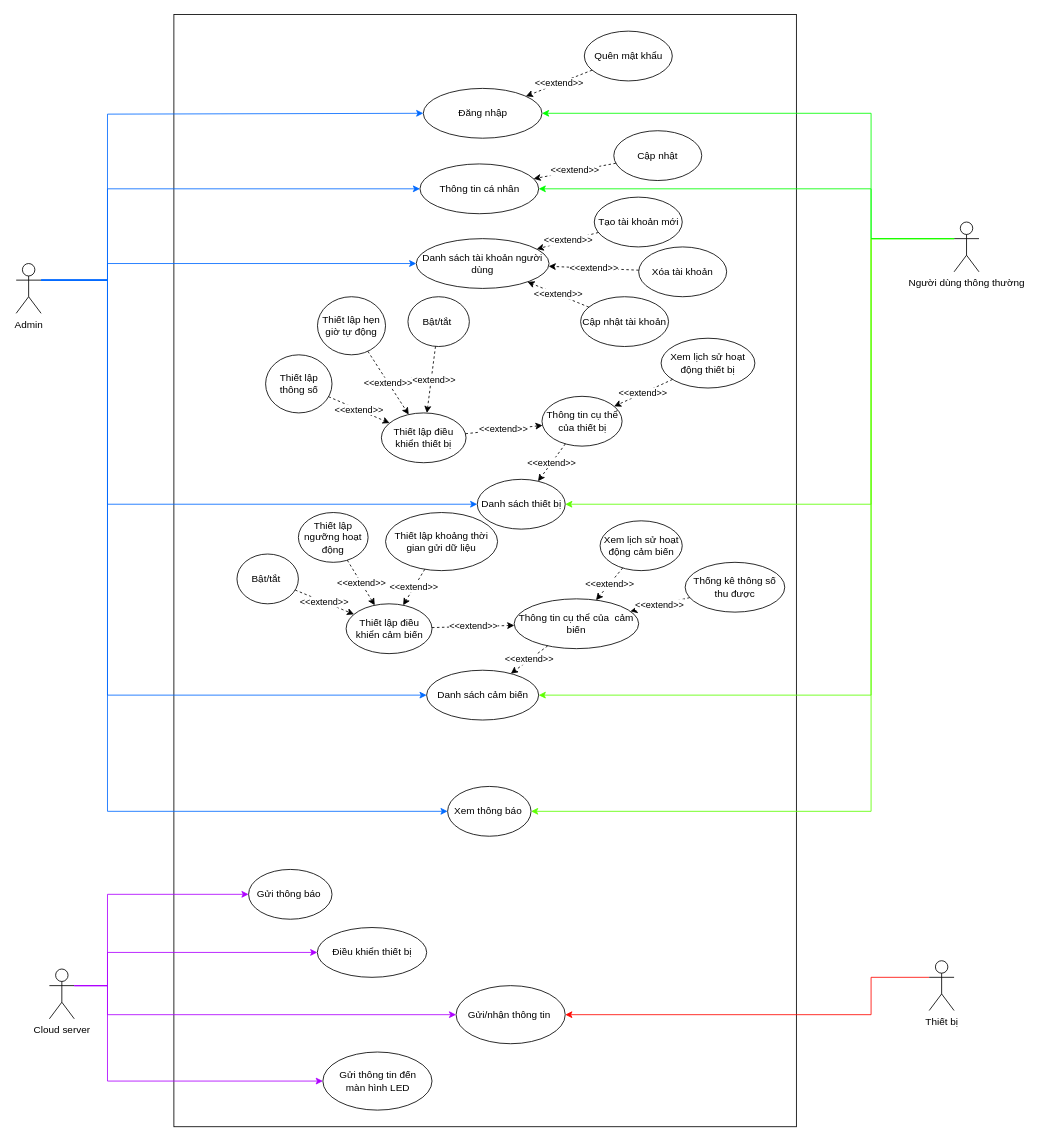
The draw.io diagram Week 2/Use case diagram.drawio in astr0tas/Smart-Home-CNPM, before the edit. Source tidied: cells renumbered, new cells numbered last; positions are measured from the earlier drawing's top-left corner, leaving out a move shared by most shapes. Both pictures are drawn from the tidied source at 83%, with x=0, y=0 at pixel (16, 14).
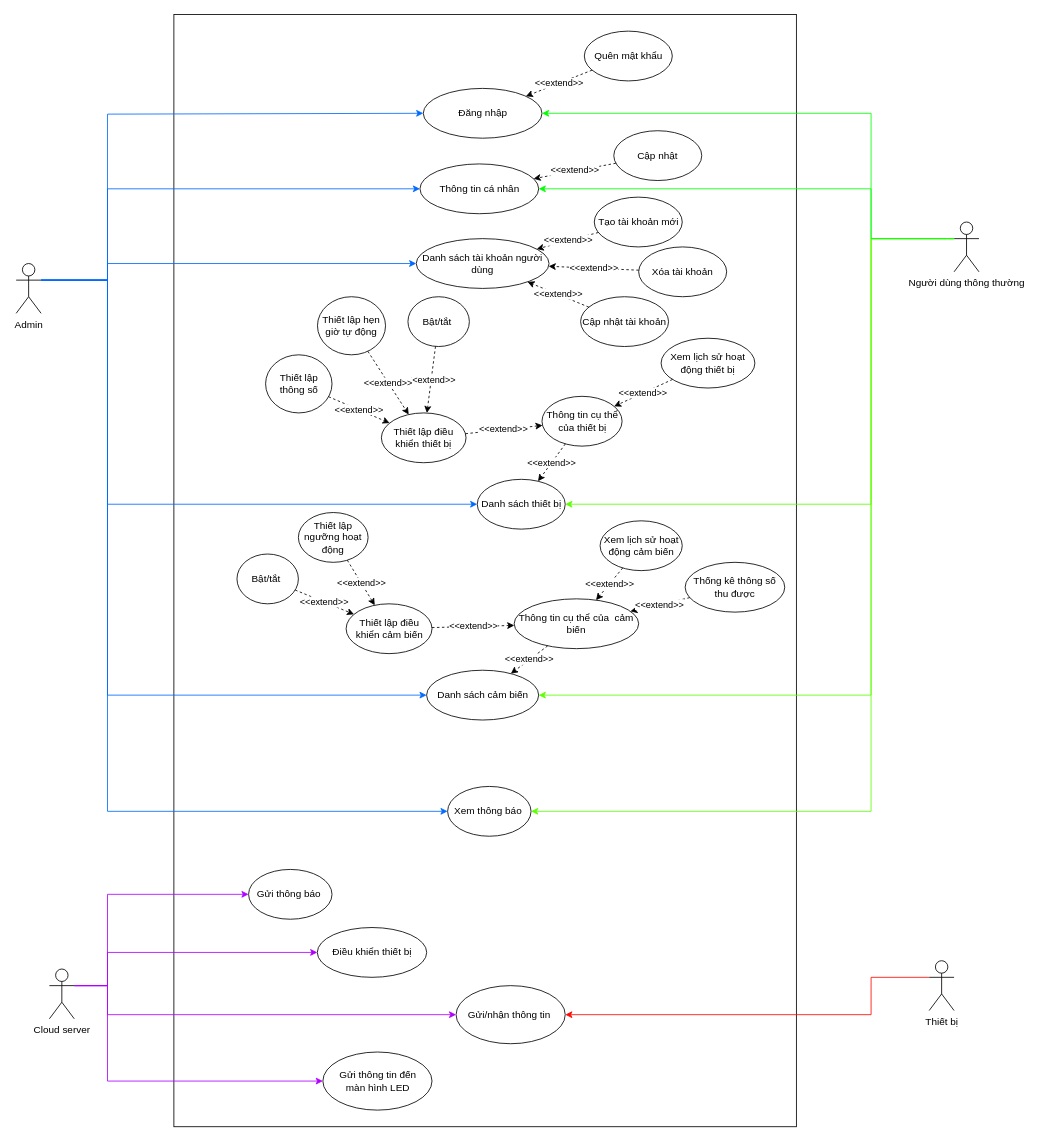
The same diagram, later.

The change refers to these unchanged cells:
```xml
<mxCell id="60" value="Thiết lập điều khiển cảm biến" style="ellipse;whiteSpace=wrap;html=1;" parent="1" vertex="1">
  <mxGeometry x="397.5" y="710" width="103.5" height="60" as="geometry" />
</mxCell>
```

The edit, as a diff of the source:
```diff
@@
-    <mxCell id="65" value="Thiết lập khoảng thời gian gửi dữ liệu" style="ellipse;whiteSpace=wrap;html=1;" parent="1" vertex="1">
-      <mxGeometry x="445" y="600" width="135" height="70" as="geometry" />
-    </mxCell>
-    <mxCell id="66" value="&amp;lt;&amp;lt;extend&amp;gt;&amp;gt;" style="endArrow=classic;html=1;rounded=0;dashed=1;" parent="1" edge="1" source="65" target="60">
-      <mxGeometry relative="1" as="geometry" />
-    </mxCell>
```
